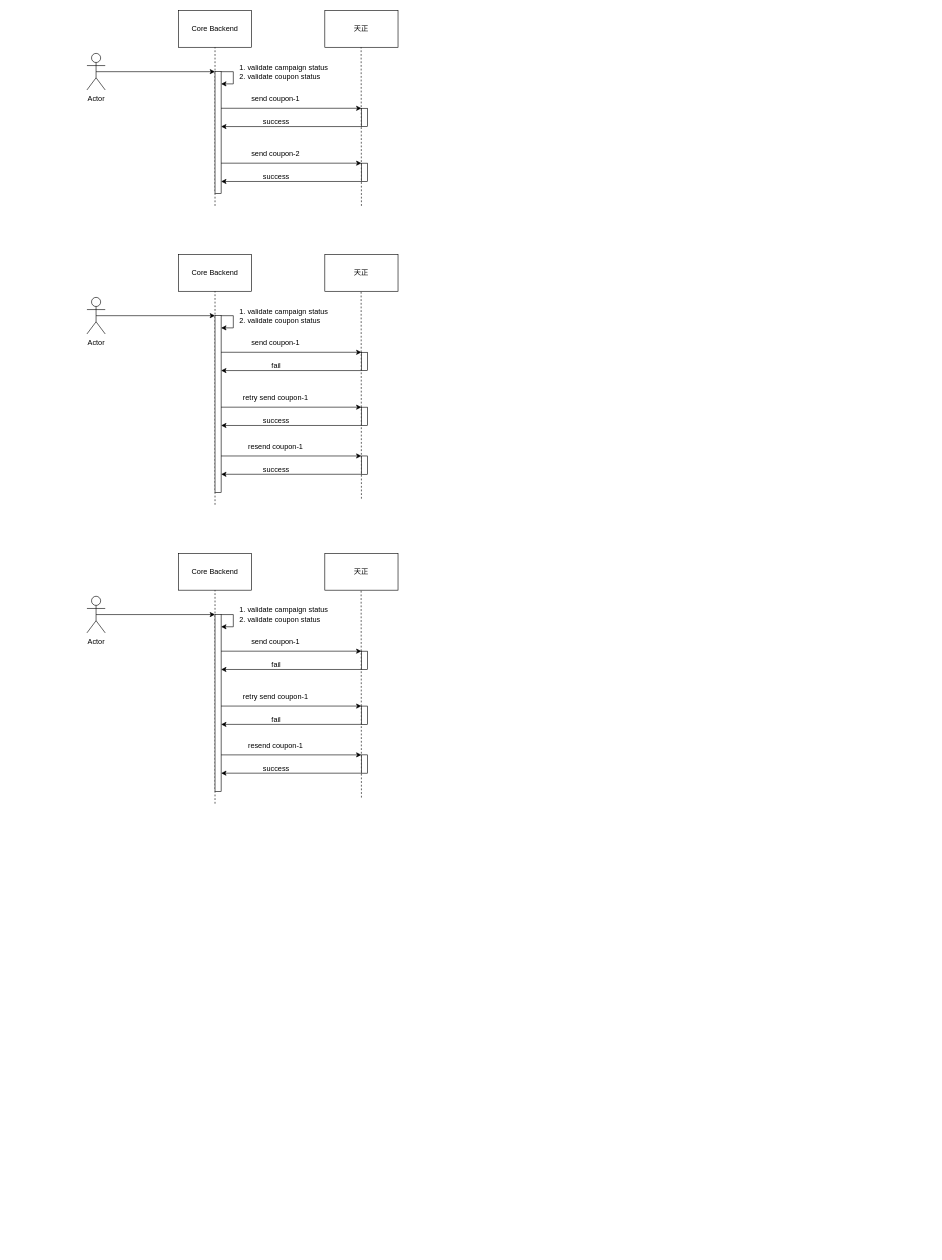
yeahsyoung/diagram keeps this draw.io diagram as VF/领券活动.drawio. Above is the earlier version. Source tidied: cells renumbered, new cells numbered last; positions are measured from the earlier drawing's top-left corner, leaving out a move shared by most shapes. Both pictures are drawn from the tidied source at 61%, with x=0, y=0 at pixel (87, 10).
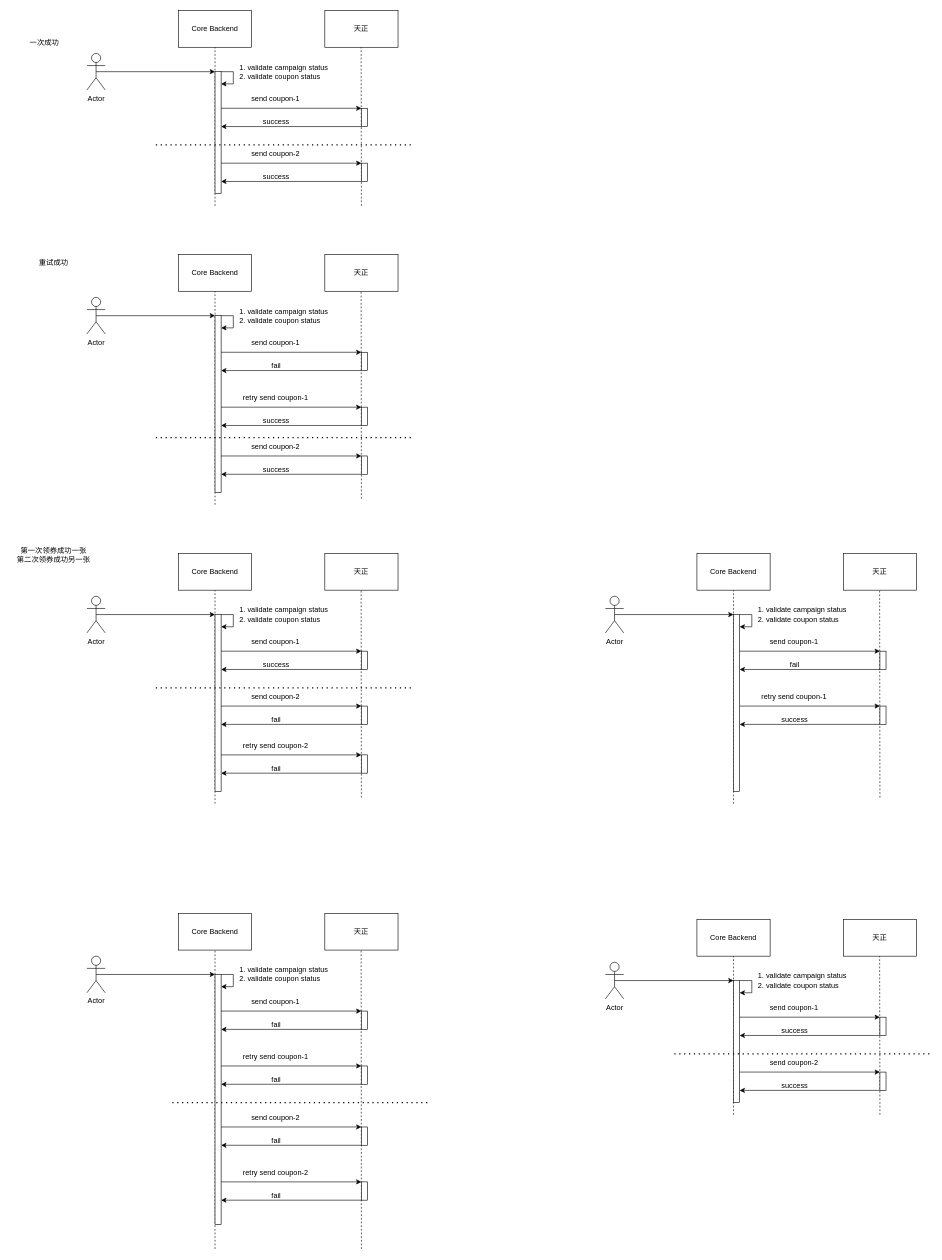
The same page after the edit.

Commit message:
更新领券活动.drawio

What changed in the source:
```diff
@@
-    <mxCell id="41" value="resend coupon-1" style="text;html=1;align=center;verticalAlign=middle;strokeColor=none;fillColor=none;" parent="1" vertex="1">
-      <mxGeometry x="254" y="700" width="110" height="30" as="geometry" />
+    <mxCell id="41" value="send coupon-2" style="text;html=1;align=center;verticalAlign=middle;strokeColor=none;fillColor=none;" parent="1" vertex="1">
+      <mxGeometry x="259" y="700" width="100" height="30" as="geometry" />
     </mxCell>
@@
-    <mxCell id="58" value="fail" style="text;html=1;align=center;verticalAlign=middle;strokeColor=none;fillColor=none;" parent="1" vertex="1">
-      <mxGeometry x="290" y="1058" width="40" height="30" as="geometry" />
+    <mxCell id="58" value="success" style="text;html=1;align=center;verticalAlign=middle;strokeColor=none;fillColor=none;" parent="1" vertex="1">
+      <mxGeometry x="275" y="1058" width="70" height="30" as="geometry" />
     </mxCell>
@@
-    <mxCell id="60" value="retry send coupon-1" style="text;html=1;align=center;verticalAlign=middle;strokeColor=none;fillColor=none;" parent="1" vertex="1">
-      <mxGeometry x="244" y="1110" width="130" height="30" as="geometry" />
+    <mxCell id="60" value="send coupon-2" style="text;html=1;align=center;verticalAlign=middle;strokeColor=none;fillColor=none;" parent="1" vertex="1">
+      <mxGeometry x="259" y="1110" width="100" height="30" as="geometry" />
     </mxCell>
@@
-    <mxCell id="65" value="resend coupon-1" style="text;html=1;align=center;verticalAlign=middle;strokeColor=none;fillColor=none;" parent="1" vertex="1">
-      <mxGeometry x="254" y="1190" width="110" height="30" as="geometry" />
+    <mxCell id="65" value="retry send coupon-2" style="text;html=1;align=center;verticalAlign=middle;strokeColor=none;fillColor=none;" parent="1" vertex="1">
+      <mxGeometry x="244" y="1190" width="130" height="30" as="geometry" />
     </mxCell>
@@
-    <mxCell id="67" value="success" style="text;html=1;align=center;verticalAlign=middle;strokeColor=none;fillColor=none;" parent="1" vertex="1">
-      <mxGeometry x="275" y="1228" width="70" height="30" as="geometry" />
+    <mxCell id="67" value="fail" style="text;html=1;align=center;verticalAlign=middle;strokeColor=none;fillColor=none;" parent="1" vertex="1">
+      <mxGeometry x="290" y="1228" width="40" height="30" as="geometry" />
     </mxCell>
@@
+    <mxCell id="69" value="Actor" style="shape=umlActor;verticalLabelPosition=bottom;verticalAlign=top;html=1;outlineConnect=0;" parent="1" vertex="1">
+      <mxGeometry x="850" y="960" width="30" height="60" as="geometry" />
+    </mxCell>
+    <mxCell id="70" value="Core Backend" style="rounded=0;whiteSpace=wrap;html=1;" parent="1" vertex="1">
+      <mxGeometry x="1000" y="890" width="120" height="60" as="geometry" />
+    </mxCell>
+    <mxCell id="71" value="天正" style="rounded=0;whiteSpace=wrap;html=1;" parent="1" vertex="1">
+      <mxGeometry x="1240" y="890" width="120" height="60" as="geometry" />
+    </mxCell>
+    <mxCell id="72" style="endArrow=none;dashed=1;html=1;rounded=0;" parent="1" edge="1">
+      <mxGeometry relative="1" as="geometry">
+        <mxPoint x="1060" y="1300" as="sourcePoint" />
+        <mxPoint x="1060" y="950" as="targetPoint" />
+      </mxGeometry>
+    </mxCell>
+    <mxCell id="73" style="endArrow=none;dashed=1;html=1;rounded=0;" parent="1" edge="1">
+      <mxGeometry relative="1" as="geometry">
+        <mxPoint x="1300" y="1290" as="sourcePoint" />
+        <mxPoint x="1299.5" y="950" as="targetPoint" />
+      </mxGeometry>
+    </mxCell>
+    <mxCell id="74" style="endArrow=classic;html=1;rounded=0;exitX=0.5;exitY=0.5;exitDx=0;exitDy=0;exitPerimeter=0;" parent="1" edge="1" source="69">
+      <mxGeometry relative="1" as="geometry">
+        <mxPoint x="1060" y="990" as="targetPoint" />
+      </mxGeometry>
+    </mxCell>
+    <mxCell id="75" style="rounded=0;whiteSpace=wrap;html=1;" parent="1" vertex="1">
+      <mxGeometry x="1060" y="990" width="10" height="290" as="geometry" />
+    </mxCell>
+    <mxCell id="76" style="endArrow=classic;html=1;rounded=0;" parent="1" edge="1">
+      <mxGeometry relative="1" as="geometry">
+        <mxPoint x="1070" y="990" as="sourcePoint" />
+        <mxPoint x="1070" y="1010" as="targetPoint" />
+        <Array as="points">
+          <mxPoint x="1090" y="990" />
+          <mxPoint x="1090" y="1010" />
+        </Array>
+      </mxGeometry>
+    </mxCell>
+    <mxCell id="77" value="1. validate campaign status&lt;br&gt;&lt;div style=&quot;text-align: left;&quot;&gt;&lt;span style=&quot;background-color: initial;&quot;&gt;2. validate coupon status&lt;/span&gt;&lt;/div&gt;" style="text;html=1;strokeColor=none;fillColor=none;align=center;verticalAlign=middle;whiteSpace=wrap;rounded=0;" parent="1" vertex="1">
+      <mxGeometry x="1090" y="960" width="166" height="60" as="geometry" />
+    </mxCell>
+    <mxCell id="78" style="endArrow=classic;html=1;rounded=0;exitX=0.5;exitY=0.5;exitDx=0;exitDy=0;exitPerimeter=0;" parent="1" edge="1">
+      <mxGeometry relative="1" as="geometry">
+        <mxPoint x="1070" y="1050" as="sourcePoint" />
+        <mxPoint x="1300" y="1050" as="targetPoint" />
+      </mxGeometry>
+    </mxCell>
+    <mxCell id="79" style="rounded=0;whiteSpace=wrap;html=1;" parent="1" vertex="1">
+      <mxGeometry x="1300" y="1050" width="10" height="30" as="geometry" />
+    </mxCell>
+    <mxCell id="80" value="send coupon-1" style="text;html=1;align=center;verticalAlign=middle;strokeColor=none;fillColor=none;" parent="1" vertex="1">
+      <mxGeometry x="1109" y="1020" width="100" height="30" as="geometry" />
+    </mxCell>
+    <mxCell id="81" style="endArrow=classic;html=1;rounded=0;exitX=0.5;exitY=0.5;exitDx=0;exitDy=0;exitPerimeter=0;" parent="1" edge="1">
+      <mxGeometry relative="1" as="geometry">
+        <mxPoint x="1300" y="1080" as="sourcePoint" />
+        <mxPoint x="1070" y="1080" as="targetPoint" />
+      </mxGeometry>
+    </mxCell>
+    <mxCell id="82" value="fail" style="text;html=1;align=center;verticalAlign=middle;strokeColor=none;fillColor=none;" parent="1" vertex="1">
+      <mxGeometry x="1140" y="1058" width="40" height="30" as="geometry" />
+    </mxCell>
+    <mxCell id="83" style="endArrow=classic;html=1;rounded=0;exitX=0.5;exitY=0.5;exitDx=0;exitDy=0;exitPerimeter=0;" parent="1" edge="1">
+      <mxGeometry relative="1" as="geometry">
+        <mxPoint x="1070" y="1140" as="sourcePoint" />
+        <mxPoint x="1300" y="1140" as="targetPoint" />
+      </mxGeometry>
+    </mxCell>
+    <mxCell id="84" value="retry send coupon-1" style="text;html=1;align=center;verticalAlign=middle;strokeColor=none;fillColor=none;" parent="1" vertex="1">
+      <mxGeometry x="1094" y="1110" width="130" height="30" as="geometry" />
+    </mxCell>
+    <mxCell id="85" style="endArrow=classic;html=1;rounded=0;exitX=0.5;exitY=0.5;exitDx=0;exitDy=0;exitPerimeter=0;" parent="1" edge="1">
+      <mxGeometry relative="1" as="geometry">
+        <mxPoint x="1300" y="1170" as="sourcePoint" />
+        <mxPoint x="1070" y="1170" as="targetPoint" />
+      </mxGeometry>
+    </mxCell>
+    <mxCell id="86" value="success" style="text;html=1;align=center;verticalAlign=middle;strokeColor=none;fillColor=none;" parent="1" vertex="1">
+      <mxGeometry x="1125" y="1148" width="70" height="30" as="geometry" />
+    </mxCell>
+    <mxCell id="87" style="rounded=0;whiteSpace=wrap;html=1;" parent="1" vertex="1">
+      <mxGeometry x="1300" y="1140" width="10" height="30" as="geometry" />
+    </mxCell>
+    <mxCell id="88" value="一次成功" style="text;html=1;align=center;verticalAlign=middle;strokeColor=none;fillColor=none;" parent="1" vertex="1">
+      <mxGeometry x="-105" y="38" width="70" height="30" as="geometry" />
+    </mxCell>
+    <mxCell id="89" value="重试成功" style="text;html=1;align=center;verticalAlign=middle;strokeColor=none;fillColor=none;" parent="1" vertex="1">
+      <mxGeometry x="-90" y="398" width="70" height="30" as="geometry" />
+    </mxCell>
+    <mxCell id="90" value="第一次领券成功一张&lt;br&gt;第二次领券成功另一张" style="text;html=1;align=center;verticalAlign=middle;strokeColor=none;fillColor=none;" parent="1" vertex="1">
+      <mxGeometry x="-125" y="873" width="140" height="40" as="geometry" />
+    </mxCell>
+    <mxCell id="91" value="Actor" style="shape=umlActor;verticalLabelPosition=bottom;verticalAlign=top;html=1;outlineConnect=0;" parent="1" vertex="1">
+      <mxGeometry y="1550" width="30" height="60" as="geometry" />
+    </mxCell>
+    <mxCell id="92" value="Core Backend" style="rounded=0;whiteSpace=wrap;html=1;" parent="1" vertex="1">
+      <mxGeometry x="150" y="1480" width="120" height="60" as="geometry" />
+    </mxCell>
+    <mxCell id="93" value="天正" style="rounded=0;whiteSpace=wrap;html=1;" parent="1" vertex="1">
+      <mxGeometry x="390" y="1480" width="120" height="60" as="geometry" />
+    </mxCell>
+    <mxCell id="94" style="endArrow=none;dashed=1;html=1;rounded=0;" parent="1" edge="1">
+      <mxGeometry relative="1" as="geometry">
+        <mxPoint x="210" y="2030" as="sourcePoint" />
+        <mxPoint x="210" y="1540" as="targetPoint" />
+      </mxGeometry>
+    </mxCell>
+    <mxCell id="95" style="endArrow=none;dashed=1;html=1;rounded=0;" parent="1" edge="1">
+      <mxGeometry relative="1" as="geometry">
+        <mxPoint x="450" y="2030" as="sourcePoint" />
+        <mxPoint x="449.5" y="1540" as="targetPoint" />
+      </mxGeometry>
+    </mxCell>
+    <mxCell id="96" style="endArrow=classic;html=1;rounded=0;exitX=0.5;exitY=0.5;exitDx=0;exitDy=0;exitPerimeter=0;" parent="1" edge="1" source="91">
+      <mxGeometry relative="1" as="geometry">
+        <mxPoint x="210" y="1580" as="targetPoint" />
+      </mxGeometry>
+    </mxCell>
+    <mxCell id="97" style="rounded=0;whiteSpace=wrap;html=1;" parent="1" vertex="1">
+      <mxGeometry x="210" y="1580" width="10" height="410" as="geometry" />
+    </mxCell>
+    <mxCell id="98" style="endArrow=classic;html=1;rounded=0;" parent="1" edge="1">
+      <mxGeometry relative="1" as="geometry">
+        <mxPoint x="220" y="1580" as="sourcePoint" />
+        <mxPoint x="220" y="1600" as="targetPoint" />
+        <Array as="points">
+          <mxPoint x="240" y="1580" />
+          <mxPoint x="240" y="1600" />
+        </Array>
+      </mxGeometry>
+    </mxCell>
+    <mxCell id="99" value="1. validate campaign status&lt;br&gt;&lt;div style=&quot;text-align: left;&quot;&gt;&lt;span style=&quot;background-color: initial;&quot;&gt;2. validate coupon status&lt;/span&gt;&lt;/div&gt;" style="text;html=1;strokeColor=none;fillColor=none;align=center;verticalAlign=middle;whiteSpace=wrap;rounded=0;" parent="1" vertex="1">
+      <mxGeometry x="240" y="1550" width="166" height="60" as="geometry" />
+    </mxCell>
+    <mxCell id="100" style="endArrow=classic;html=1;rounded=0;exitX=0.5;exitY=0.5;exitDx=0;exitDy=0;exitPerimeter=0;" parent="1" edge="1">
+      <mxGeometry relative="1" as="geometry">
+        <mxPoint x="220" y="1640" as="sourcePoint" />
+        <mxPoint x="450" y="1640" as="targetPoint" />
+      </mxGeometry>
+    </mxCell>
+    <mxCell id="101" style="rounded=0;whiteSpace=wrap;html=1;" parent="1" vertex="1">
+      <mxGeometry x="450" y="1640" width="10" height="30" as="geometry" />
+    </mxCell>
+    <mxCell id="102" value="send coupon-1" style="text;html=1;align=center;verticalAlign=middle;strokeColor=none;fillColor=none;" parent="1" vertex="1">
+      <mxGeometry x="259" y="1610" width="100" height="30" as="geometry" />
+    </mxCell>
+    <mxCell id="103" style="endArrow=classic;html=1;rounded=0;exitX=0.5;exitY=0.5;exitDx=0;exitDy=0;exitPerimeter=0;" parent="1" edge="1">
+      <mxGeometry relative="1" as="geometry">
+        <mxPoint x="450" y="1670" as="sourcePoint" />
+        <mxPoint x="220" y="1670" as="targetPoint" />
+      </mxGeometry>
+    </mxCell>
+    <mxCell id="104" value="fail" style="text;html=1;align=center;verticalAlign=middle;strokeColor=none;fillColor=none;" parent="1" vertex="1">
+      <mxGeometry x="290" y="1648" width="40" height="30" as="geometry" />
+    </mxCell>
+    <mxCell id="105" style="endArrow=classic;html=1;rounded=0;exitX=0.5;exitY=0.5;exitDx=0;exitDy=0;exitPerimeter=0;" parent="1" edge="1">
+      <mxGeometry relative="1" as="geometry">
+        <mxPoint x="220" y="1730" as="sourcePoint" />
+        <mxPoint x="450" y="1730" as="targetPoint" />
+      </mxGeometry>
+    </mxCell>
+    <mxCell id="106" value="retry send coupon-1" style="text;html=1;align=center;verticalAlign=middle;strokeColor=none;fillColor=none;" parent="1" vertex="1">
+      <mxGeometry x="244" y="1700" width="130" height="30" as="geometry" />
+    </mxCell>
+    <mxCell id="107" style="endArrow=classic;html=1;rounded=0;exitX=0.5;exitY=0.5;exitDx=0;exitDy=0;exitPerimeter=0;" parent="1" edge="1">
+      <mxGeometry relative="1" as="geometry">
+        <mxPoint x="450" y="1760" as="sourcePoint" />
+        <mxPoint x="220" y="1760" as="targetPoint" />
+      </mxGeometry>
+    </mxCell>
+    <mxCell id="108" value="fail" style="text;html=1;align=center;verticalAlign=middle;strokeColor=none;fillColor=none;" parent="1" vertex="1">
+      <mxGeometry x="290" y="1738" width="40" height="30" as="geometry" />
+    </mxCell>
+    <mxCell id="109" style="rounded=0;whiteSpace=wrap;html=1;" parent="1" vertex="1">
+      <mxGeometry x="450" y="1730" width="10" height="30" as="geometry" />
+    </mxCell>
+    <mxCell id="110" style="endArrow=classic;html=1;rounded=0;exitX=0.5;exitY=0.5;exitDx=0;exitDy=0;exitPerimeter=0;" parent="1" edge="1">
+      <mxGeometry relative="1" as="geometry">
+        <mxPoint x="220" y="1830" as="sourcePoint" />
+        <mxPoint x="450" y="1830" as="targetPoint" />
+      </mxGeometry>
+    </mxCell>
+    <mxCell id="111" value="send coupon-2" style="text;html=1;align=center;verticalAlign=middle;strokeColor=none;fillColor=none;" parent="1" vertex="1">
+      <mxGeometry x="259" y="1800" width="100" height="30" as="geometry" />
+    </mxCell>
+    <mxCell id="112" style="endArrow=classic;html=1;rounded=0;exitX=0.5;exitY=0.5;exitDx=0;exitDy=0;exitPerimeter=0;" parent="1" edge="1">
+      <mxGeometry relative="1" as="geometry">
+        <mxPoint x="450" y="1860" as="sourcePoint" />
+        <mxPoint x="220" y="1860" as="targetPoint" />
+      </mxGeometry>
+    </mxCell>
+    <mxCell id="113" value="fail" style="text;html=1;align=center;verticalAlign=middle;strokeColor=none;fillColor=none;" parent="1" vertex="1">
+      <mxGeometry x="290" y="1838" width="40" height="30" as="geometry" />
+    </mxCell>
+    <mxCell id="114" style="rounded=0;whiteSpace=wrap;html=1;" parent="1" vertex="1">
+      <mxGeometry x="450" y="1830" width="10" height="30" as="geometry" />
+    </mxCell>
+    <mxCell id="115" style="endArrow=classic;html=1;rounded=0;exitX=0.5;exitY=0.5;exitDx=0;exitDy=0;exitPerimeter=0;" parent="1" edge="1">
+      <mxGeometry relative="1" as="geometry">
+        <mxPoint x="220" y="1920" as="sourcePoint" />
+        <mxPoint x="450" y="1920" as="targetPoint" />
+      </mxGeometry>
+    </mxCell>
+    <mxCell id="116" value="retry send coupon-2" style="text;html=1;align=center;verticalAlign=middle;strokeColor=none;fillColor=none;" parent="1" vertex="1">
+      <mxGeometry x="244" y="1890" width="130" height="30" as="geometry" />
+    </mxCell>
+    <mxCell id="117" style="endArrow=classic;html=1;rounded=0;exitX=0.5;exitY=0.5;exitDx=0;exitDy=0;exitPerimeter=0;" parent="1" edge="1">
+      <mxGeometry relative="1" as="geometry">
+        <mxPoint x="450" y="1950" as="sourcePoint" />
+        <mxPoint x="220" y="1950" as="targetPoint" />
+      </mxGeometry>
+    </mxCell>
+    <mxCell id="118" value="fail" style="text;html=1;align=center;verticalAlign=middle;strokeColor=none;fillColor=none;" parent="1" vertex="1">
+      <mxGeometry x="290" y="1928" width="40" height="30" as="geometry" />
+    </mxCell>
+    <mxCell id="119" style="rounded=0;whiteSpace=wrap;html=1;" parent="1" vertex="1">
+      <mxGeometry x="450" y="1920" width="10" height="30" as="geometry" />
+    </mxCell>
+    <mxCell id="120" style="endArrow=none;dashed=1;html=1;dashPattern=1 3;strokeWidth=2;rounded=0;" parent="1" edge="1">
+      <mxGeometry relative="1" as="geometry">
+        <mxPoint x="113" y="700" as="sourcePoint" />
+        <mxPoint x="533" y="700" as="targetPoint" />
+      </mxGeometry>
+    </mxCell>
+    <mxCell id="121" style="endArrow=none;dashed=1;html=1;dashPattern=1 3;strokeWidth=2;rounded=0;" parent="1" edge="1">
+      <mxGeometry relative="1" as="geometry">
+        <mxPoint x="113" y="220" as="sourcePoint" />
+        <mxPoint x="533" y="220" as="targetPoint" />
+      </mxGeometry>
+    </mxCell>
+    <mxCell id="122" style="endArrow=none;dashed=1;html=1;dashPattern=1 3;strokeWidth=2;rounded=0;" parent="1" edge="1">
+      <mxGeometry relative="1" as="geometry">
+        <mxPoint x="113" y="1110" as="sourcePoint" />
+        <mxPoint x="533" y="1110" as="targetPoint" />
+      </mxGeometry>
+    </mxCell>
+    <mxCell id="123" style="endArrow=none;dashed=1;html=1;dashPattern=1 3;strokeWidth=2;rounded=0;" parent="1" edge="1">
+      <mxGeometry relative="1" as="geometry">
+        <mxPoint x="140" y="1790" as="sourcePoint" />
+        <mxPoint x="560" y="1790" as="targetPoint" />
+      </mxGeometry>
+    </mxCell>
+    <mxCell id="124" value="Actor" style="shape=umlActor;verticalLabelPosition=bottom;verticalAlign=top;html=1;outlineConnect=0;" parent="1" vertex="1">
+      <mxGeometry x="850" y="1560" width="30" height="60" as="geometry" />
+    </mxCell>
+    <mxCell id="125" value="Core Backend" style="rounded=0;whiteSpace=wrap;html=1;" parent="1" vertex="1">
+      <mxGeometry x="1000" y="1490" width="120" height="60" as="geometry" />
+    </mxCell>
+    <mxCell id="126" value="天正" style="rounded=0;whiteSpace=wrap;html=1;" parent="1" vertex="1">
+      <mxGeometry x="1240" y="1490" width="120" height="60" as="geometry" />
+    </mxCell>
+    <mxCell id="127" style="endArrow=none;dashed=1;html=1;rounded=0;" parent="1" edge="1">
+      <mxGeometry relative="1" as="geometry">
+        <mxPoint x="1060" y="1810" as="sourcePoint" />
+        <mxPoint x="1060" y="1550" as="targetPoint" />
+      </mxGeometry>
+    </mxCell>
+    <mxCell id="128" style="endArrow=none;dashed=1;html=1;rounded=0;" parent="1" edge="1">
+      <mxGeometry relative="1" as="geometry">
+        <mxPoint x="1300" y="1810" as="sourcePoint" />
+        <mxPoint x="1299.5" y="1550" as="targetPoint" />
+      </mxGeometry>
+    </mxCell>
+    <mxCell id="129" style="endArrow=classic;html=1;rounded=0;exitX=0.5;exitY=0.5;exitDx=0;exitDy=0;exitPerimeter=0;" parent="1" edge="1" source="124">
+      <mxGeometry relative="1" as="geometry">
+        <mxPoint x="1060" y="1590" as="targetPoint" />
+      </mxGeometry>
+    </mxCell>
+    <mxCell id="130" style="rounded=0;whiteSpace=wrap;html=1;" parent="1" vertex="1">
+      <mxGeometry x="1060" y="1590" width="10" height="200" as="geometry" />
+    </mxCell>
+    <mxCell id="131" style="endArrow=classic;html=1;rounded=0;" parent="1" edge="1">
+      <mxGeometry relative="1" as="geometry">
+        <mxPoint x="1070" y="1590" as="sourcePoint" />
+        <mxPoint x="1070" y="1610" as="targetPoint" />
+        <Array as="points">
+          <mxPoint x="1090" y="1590" />
+          <mxPoint x="1090" y="1610" />
+        </Array>
+      </mxGeometry>
+    </mxCell>
+    <mxCell id="132" value="1. validate campaign status&lt;br&gt;&lt;div style=&quot;text-align: left;&quot;&gt;&lt;span style=&quot;background-color: initial;&quot;&gt;2. validate coupon status&lt;/span&gt;&lt;/div&gt;" style="text;html=1;strokeColor=none;fillColor=none;align=center;verticalAlign=middle;whiteSpace=wrap;rounded=0;" parent="1" vertex="1">
+      <mxGeometry x="1090" y="1560" width="166" height="60" as="geometry" />
+    </mxCell>
+    <mxCell id="133" style="endArrow=classic;html=1;rounded=0;exitX=0.5;exitY=0.5;exitDx=0;exitDy=0;exitPerimeter=0;" parent="1" edge="1">
+      <mxGeometry relative="1" as="geometry">
+        <mxPoint x="1070" y="1650" as="sourcePoint" />
+        <mxPoint x="1300" y="1650" as="targetPoint" />
+      </mxGeometry>
+    </mxCell>
+    <mxCell id="134" style="rounded=0;whiteSpace=wrap;html=1;" parent="1" vertex="1">
+      <mxGeometry x="1300" y="1650" width="10" height="30" as="geometry" />
+    </mxCell>
+    <mxCell id="135" value="send coupon-1" style="text;html=1;align=center;verticalAlign=middle;strokeColor=none;fillColor=none;" parent="1" vertex="1">
+      <mxGeometry x="1109" y="1620" width="100" height="30" as="geometry" />
+    </mxCell>
+    <mxCell id="136" style="endArrow=classic;html=1;rounded=0;exitX=0.5;exitY=0.5;exitDx=0;exitDy=0;exitPerimeter=0;" parent="1" edge="1">
+      <mxGeometry relative="1" as="geometry">
+        <mxPoint x="1300" y="1680" as="sourcePoint" />
+        <mxPoint x="1070" y="1680" as="targetPoint" />
+      </mxGeometry>
+    </mxCell>
+    <mxCell id="137" value="success" style="text;html=1;align=center;verticalAlign=middle;strokeColor=none;fillColor=none;" parent="1" vertex="1">
+      <mxGeometry x="1125" y="1658" width="70" height="30" as="geometry" />
+    </mxCell>
+    <mxCell id="138" style="endArrow=classic;html=1;rounded=0;exitX=0.5;exitY=0.5;exitDx=0;exitDy=0;exitPerimeter=0;" parent="1" edge="1">
+      <mxGeometry relative="1" as="geometry">
+        <mxPoint x="1070" y="1740" as="sourcePoint" />
+        <mxPoint x="1300" y="1740" as="targetPoint" />
+      </mxGeometry>
+    </mxCell>
+    <mxCell id="139" value="send coupon-2" style="text;html=1;align=center;verticalAlign=middle;strokeColor=none;fillColor=none;" parent="1" vertex="1">
+      <mxGeometry x="1109" y="1710" width="100" height="30" as="geometry" />
+    </mxCell>
+    <mxCell id="140" style="endArrow=classic;html=1;rounded=0;exitX=0.5;exitY=0.5;exitDx=0;exitDy=0;exitPerimeter=0;" parent="1" edge="1">
+      <mxGeometry relative="1" as="geometry">
+        <mxPoint x="1300" y="1770" as="sourcePoint" />
+        <mxPoint x="1070" y="1770" as="targetPoint" />
+      </mxGeometry>
+    </mxCell>
+    <mxCell id="141" value="success" style="text;html=1;align=center;verticalAlign=middle;strokeColor=none;fillColor=none;" parent="1" vertex="1">
+      <mxGeometry x="1125" y="1748" width="70" height="30" as="geometry" />
+    </mxCell>
+    <mxCell id="142" style="rounded=0;whiteSpace=wrap;html=1;" parent="1" vertex="1">
+      <mxGeometry x="1300" y="1740" width="10" height="30" as="geometry" />
+    </mxCell>
+    <mxCell id="143" style="endArrow=none;dashed=1;html=1;dashPattern=1 3;strokeWidth=2;rounded=0;" parent="1" edge="1">
+      <mxGeometry relative="1" as="geometry">
+        <mxPoint x="963" y="1710" as="sourcePoint" />
+        <mxPoint x="1383" y="1710" as="targetPoint" />
+      </mxGeometry>
+    </mxCell>
```
